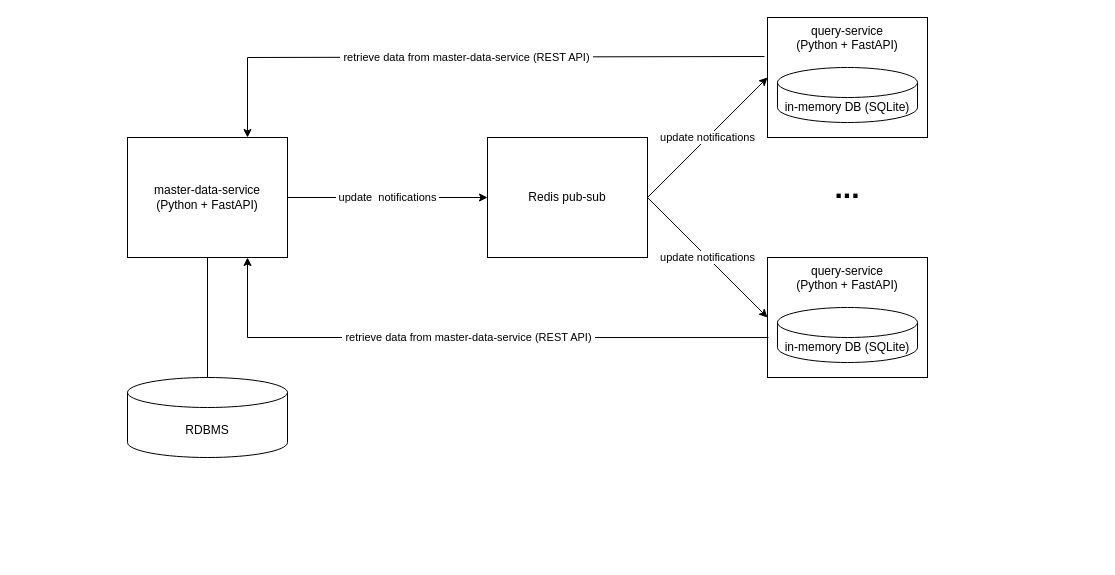
This is page "Intro" (1 of 2) of diagrams/diagrams.drawio from Jardo72/City-Navigator, a draw.io file, before an edit. Source tidied: cells renumbered, new cells numbered last; positions are measured from the earlier drawing's top-left corner, leaving out a move shared by most shapes. Both pictures are drawn from the tidied source at 100%, with x=0, y=0 at pixel (127, 17).
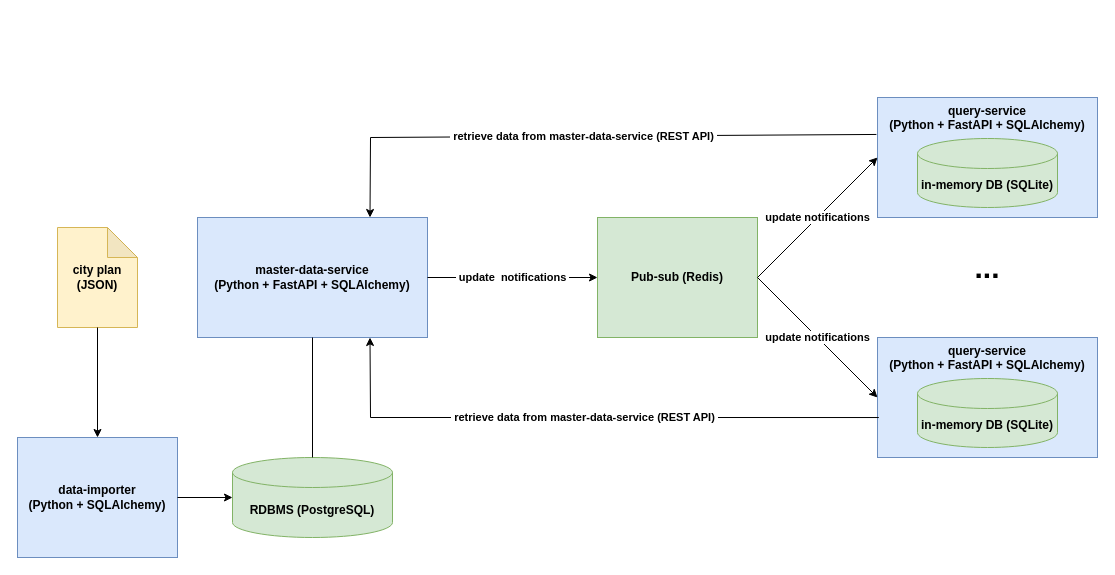
The same diagram, later.

Commit message (it also covers changes not shown here):
Unit tests for query service added (#9)

Diff of the diagram source:
```diff
@@
-    <mxCell id="2" value="query-service&lt;br&gt;(Python + FastAPI)" style="rounded=0;whiteSpace=wrap;html=1;verticalAlign=top;" parent="1" vertex="1">
-      <mxGeometry x="640" width="160" height="120" as="geometry" />
+    <mxCell id="2" value="query-service&lt;br&gt;(Python + FastAPI + SQLAlchemy)" style="rounded=0;whiteSpace=wrap;html=1;verticalAlign=top;fontStyle=1;fillColor=#dae8fc;strokeColor=#6c8ebf;" parent="1" vertex="1">
+      <mxGeometry x="750" y="80" width="220" height="120" as="geometry" />
     </mxCell>
-    <mxCell id="3" value="master-data-service&lt;br&gt;(Python + FastAPI)" style="rounded=0;whiteSpace=wrap;html=1;" parent="1" vertex="1">
-      <mxGeometry y="120" width="160" height="120" as="geometry" />
+    <mxCell id="3" value="master-data-service&lt;br&gt;(Python + FastAPI + SQLAlchemy)" style="rounded=0;whiteSpace=wrap;html=1;fontStyle=1;fillColor=#dae8fc;strokeColor=#6c8ebf;" parent="1" vertex="1">
+      <mxGeometry x="70" y="200" width="230" height="120" as="geometry" />
     </mxCell>
-    <mxCell id="4" value="RDBMS" style="shape=cylinder3;whiteSpace=wrap;html=1;boundedLbl=1;backgroundOutline=1;size=15;" parent="1" vertex="1">
-      <mxGeometry y="360" width="160" height="80" as="geometry" />
+    <mxCell id="4" value="RDBMS (PostgreSQL)" style="shape=cylinder3;whiteSpace=wrap;html=1;boundedLbl=1;backgroundOutline=1;size=15;fontStyle=1;fillColor=#d5e8d4;strokeColor=#82b366;" parent="1" vertex="1">
+      <mxGeometry x="105" y="440" width="160" height="80" as="geometry" />
     </mxCell>
-    <mxCell id="5" value="in-memory DB (SQLite)" style="shape=cylinder3;whiteSpace=wrap;html=1;boundedLbl=1;backgroundOutline=1;size=15;" parent="1" vertex="1">
-      <mxGeometry x="650" y="50" width="140" height="55" as="geometry" />
+    <mxCell id="5" value="in-memory DB (SQLite)" style="shape=cylinder3;whiteSpace=wrap;html=1;boundedLbl=1;backgroundOutline=1;size=15;fontStyle=1;fillColor=#d5e8d4;strokeColor=#82b366;" parent="1" vertex="1">
+      <mxGeometry x="790" y="121" width="140" height="69" as="geometry" />
     </mxCell>
-    <mxCell id="6" value="Redis pub-sub" style="rounded=0;whiteSpace=wrap;html=1;" parent="1" vertex="1">
-      <mxGeometry x="360" y="120" width="160" height="120" as="geometry" />
+    <mxCell id="6" value="Pub-sub (Redis)" style="rounded=0;whiteSpace=wrap;html=1;fontStyle=1;fillColor=#d5e8d4;strokeColor=#82b366;" parent="1" vertex="1">
+      <mxGeometry x="470" y="200" width="160" height="120" as="geometry" />
     </mxCell>
-    <mxCell id="7" value="&amp;nbsp;update&amp;nbsp; notifications&amp;nbsp;" style="endArrow=classic;html=1;rounded=0;exitX=1;exitY=0.5;exitDx=0;exitDy=0;entryX=0;entryY=0.5;entryDx=0;entryDy=0;" parent="1" edge="1" source="3" target="6">
+    <mxCell id="7" value="&amp;nbsp;update&amp;nbsp; notifications&amp;nbsp;" style="endArrow=classic;html=1;rounded=0;exitX=1;exitY=0.5;exitDx=0;exitDy=0;entryX=0;entryY=0.5;entryDx=0;entryDy=0;fontStyle=1;" parent="1" edge="1" source="3" target="6">
       <mxGeometry relative="1" as="geometry" />
     </mxCell>
-    <mxCell id="8" value="query-service&lt;br&gt;(Python + FastAPI)" style="rounded=0;whiteSpace=wrap;html=1;verticalAlign=top;" parent="1" vertex="1">
-      <mxGeometry x="640" y="240" width="160" height="120" as="geometry" />
+    <mxCell id="8" value="query-service&lt;br&gt;(Python + FastAPI + SQLAlchemy)" style="rounded=0;whiteSpace=wrap;html=1;verticalAlign=top;fontStyle=1;fillColor=#dae8fc;strokeColor=#6c8ebf;" parent="1" vertex="1">
+      <mxGeometry x="750" y="320" width="220" height="120" as="geometry" />
     </mxCell>
-    <mxCell id="9" value="in-memory DB (SQLite)" style="shape=cylinder3;whiteSpace=wrap;html=1;boundedLbl=1;backgroundOutline=1;size=15;" parent="1" vertex="1">
-      <mxGeometry x="650" y="290" width="140" height="55" as="geometry" />
+    <mxCell id="9" value="in-memory DB (SQLite)" style="shape=cylinder3;whiteSpace=wrap;html=1;boundedLbl=1;backgroundOutline=1;size=15;fontStyle=1;fillColor=#d5e8d4;strokeColor=#82b366;" parent="1" vertex="1">
+      <mxGeometry x="790" y="361" width="140" height="69" as="geometry" />
     </mxCell>
-    <mxCell id="10" value="&amp;nbsp;update notifications&amp;nbsp;" style="endArrow=classic;html=1;rounded=0;entryX=0;entryY=0.5;entryDx=0;entryDy=0;" parent="1" edge="1" target="2">
+    <mxCell id="10" value="&amp;nbsp;update notifications&amp;nbsp;" style="endArrow=classic;html=1;rounded=0;entryX=0;entryY=0.5;entryDx=0;entryDy=0;fontStyle=1;" parent="1" edge="1" target="2">
       <mxGeometry relative="1" as="geometry">
-        <mxPoint x="520" y="180" as="sourcePoint" />
+        <mxPoint x="630" y="260" as="sourcePoint" />
       </mxGeometry>
     </mxCell>
-    <mxCell id="11" value="&amp;nbsp;update notifications&amp;nbsp;" style="endArrow=classic;html=1;rounded=0;exitX=1;exitY=0.5;exitDx=0;exitDy=0;entryX=0;entryY=0.5;entryDx=0;entryDy=0;" parent="1" edge="1" source="6" target="8">
+    <mxCell id="11" value="&amp;nbsp;update notifications&amp;nbsp;" style="endArrow=classic;html=1;rounded=0;exitX=1;exitY=0.5;exitDx=0;exitDy=0;entryX=0;entryY=0.5;entryDx=0;entryDy=0;fontStyle=1;" parent="1" edge="1" source="6" target="8">
       <mxGeometry relative="1" as="geometry" />
     </mxCell>
     <mxCell id="12" value="..." style="text;html=1;strokeColor=none;fillColor=none;align=center;verticalAlign=middle;whiteSpace=wrap;overflow=hidden;fontStyle=1;fontSize=30;" parent="1" vertex="1">
-      <mxGeometry x="680" y="150" width="80" height="40" as="geometry" />
+      <mxGeometry x="820" y="230" width="80" height="40" as="geometry" />
     </mxCell>
@@
-    <mxCell id="14" value="&amp;nbsp;retrieve data from master-data-service (REST API)&amp;nbsp;" style="endArrow=classic;html=1;rounded=0;exitX=-0.019;exitY=0.325;exitDx=0;exitDy=0;exitPerimeter=0;entryX=0.75;entryY=0;entryDx=0;entryDy=0;" parent="1" edge="1" source="2" target="3">
+    <mxCell id="14" value="&amp;nbsp;retrieve data from master-data-service (REST API)&amp;nbsp;" style="endArrow=classic;html=1;rounded=0;exitX=-0.005;exitY=0.308;exitDx=0;exitDy=0;exitPerimeter=0;entryX=0.75;entryY=0;entryDx=0;entryDy=0;fontStyle=1;" parent="1" edge="1" source="2" target="3">
       <mxGeometry relative="1" as="geometry">
         <Array as="points">
-          <mxPoint x="120" y="40" />
+          <mxPoint x="243" y="120" />
         </Array>
       </mxGeometry>
     </mxCell>
-    <mxCell id="15" value="&amp;nbsp;retrieve data from master-data-service&amp;nbsp;(REST API)&amp;nbsp;" style="endArrow=classic;html=1;rounded=0;exitX=0.006;exitY=0.667;exitDx=0;exitDy=0;exitPerimeter=0;entryX=0.75;entryY=1;entryDx=0;entryDy=0;" parent="1" edge="1" source="8" target="3">
+    <mxCell id="15" value="&amp;nbsp;retrieve data from master-data-service&amp;nbsp;(REST API)&amp;nbsp;" style="endArrow=classic;html=1;rounded=0;exitX=0.006;exitY=0.667;exitDx=0;exitDy=0;exitPerimeter=0;entryX=0.75;entryY=1;entryDx=0;entryDy=0;fontStyle=1;" parent="1" edge="1" source="8" target="3">
       <mxGeometry relative="1" as="geometry">
         <Array as="points">
-          <mxPoint x="120" y="320" />
+          <mxPoint x="243" y="400" />
         </Array>
       </mxGeometry>
     </mxCell>
+    <mxCell id="16" value="data-importer&lt;br&gt;(Python + SQLAlchemy)" style="rounded=0;whiteSpace=wrap;html=1;fontStyle=1;fillColor=#dae8fc;strokeColor=#6c8ebf;" parent="1" vertex="1">
+      <mxGeometry x="-110" y="420" width="160" height="120" as="geometry" />
+    </mxCell>
+    <mxCell id="17" style="endArrow=classic;html=1;rounded=0;exitX=1;exitY=0.5;exitDx=0;exitDy=0;" parent="1" edge="1" source="16" target="4">
+      <mxGeometry relative="1" as="geometry" />
+    </mxCell>
+    <mxCell id="18" value="city plan&lt;br&gt;(JSON)" style="shape=note;whiteSpace=wrap;html=1;backgroundOutline=1;darkOpacity=0.05;fontStyle=1;fillColor=#fff2cc;strokeColor=#d6b656;" parent="1" vertex="1">
+      <mxGeometry x="-70" y="210" width="80" height="100" as="geometry" />
+    </mxCell>
+    <mxCell id="19" style="endArrow=classic;html=1;rounded=0;entryX=0.5;entryY=0;entryDx=0;entryDy=0;exitX=0.5;exitY=1;exitDx=0;exitDy=0;exitPerimeter=0;" parent="1" edge="1" source="18" target="16">
+      <mxGeometry relative="1" as="geometry" />
+    </mxCell>
```
